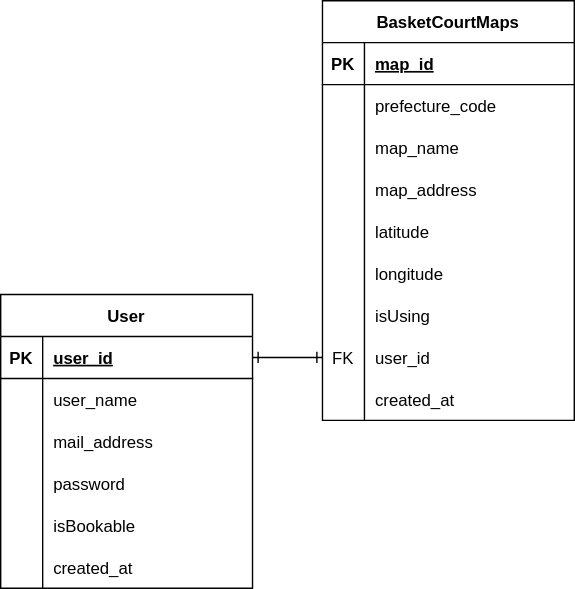
Above: src/app/_design/db.drawio.svg in yamaneko86/basket-court-map-ts (draw.io), before the change. Source tidied: cells renumbered, new cells last; positions are measured from the earlier drawing's top-left corner, leaving out a move shared by most shapes.
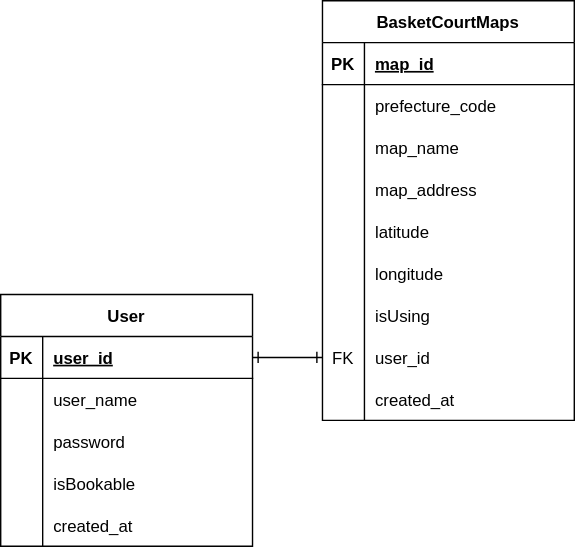
After the change.

Commit message:
mail_addressの削除

What changed in the source:
```diff
@@ -87,7 +87,7 @@
       <mxGeometry x="30" width="150" height="30" as="geometry" />
     </mxCell>
     <mxCell id="30" value="User" style="shape=table;startSize=30;rowLines=0;fontStyle=1;align=center;" parent="1" vertex="1">
-      <mxGeometry y="210" width="180" height="210" as="geometry" />
+      <mxGeometry y="210" width="180" height="180" as="geometry" />
     </mxCell>
     <mxCell id="31" style="shape=tableRow;horizontal=0;startSize=0;swimlaneHead=0;swimlaneBody=0;fillColor=none;points=[[0,0.5],[1,0.5]];portConstraint=eastwest;top=0;left=0;right=0;bottom=1;" parent="30" vertex="1">
       <mxGeometry y="30" width="180" height="30" as="geometry" />
@@ -107,17 +107,8 @@
     <mxCell id="36" value="user_name" style="shape=partialRectangle;fillColor=none;top=0;left=0;bottom=0;right=0;align=left;spacingLeft=6;overflow=hidden;" parent="34" vertex="1">
       <mxGeometry x="30" width="150" height="30" as="geometry" />
     </mxCell>
-    <mxCell id="37" style="shape=tableRow;horizontal=0;startSize=0;swimlaneHead=0;swimlaneBody=0;fillColor=none;top=0;left=0;right=0;bottom=0;" parent="30" vertex="1">
-      <mxGeometry y="90" width="180" height="30" as="geometry" />
-    </mxCell>
-    <mxCell id="38" style="shape=partialRectangle;fillColor=none;top=0;left=0;bottom=0;right=0;overflow=hidden;" parent="37" vertex="1">
-      <mxGeometry width="30" height="30" as="geometry" />
-    </mxCell>
-    <mxCell id="39" value="mail_address" style="shape=partialRectangle;fillColor=none;top=0;left=0;bottom=0;right=0;align=left;spacingLeft=6;overflow=hidden;" parent="37" vertex="1">
-      <mxGeometry x="30" width="150" height="30" as="geometry" />
-    </mxCell>
     <mxCell id="40" style="shape=tableRow;horizontal=0;startSize=0;swimlaneHead=0;swimlaneBody=0;fillColor=none;top=0;left=0;right=0;bottom=0;" parent="30" vertex="1">
-      <mxGeometry y="120" width="180" height="30" as="geometry" />
+      <mxGeometry y="90" width="180" height="30" as="geometry" />
     </mxCell>
     <mxCell id="41" style="shape=partialRectangle;fillColor=none;top=0;left=0;bottom=0;right=0;overflow=hidden;" parent="40" vertex="1">
       <mxGeometry width="30" height="30" as="geometry" />
@@ -126,7 +117,7 @@
       <mxGeometry x="30" width="150" height="30" as="geometry" />
     </mxCell>
     <mxCell id="43" style="shape=tableRow;horizontal=0;startSize=0;swimlaneHead=0;swimlaneBody=0;fillColor=none;top=0;left=0;right=0;bottom=0;" parent="30" vertex="1">
-      <mxGeometry y="150" width="180" height="30" as="geometry" />
+      <mxGeometry y="120" width="180" height="30" as="geometry" />
     </mxCell>
     <mxCell id="44" style="shape=partialRectangle;fillColor=none;top=0;left=0;bottom=0;right=0;overflow=hidden;" parent="43" vertex="1">
       <mxGeometry width="30" height="30" as="geometry" />
@@ -135,7 +126,7 @@
       <mxGeometry x="30" width="150" height="30" as="geometry" />
     </mxCell>
     <mxCell id="46" style="shape=tableRow;horizontal=0;startSize=0;swimlaneHead=0;swimlaneBody=0;fillColor=none;top=0;left=0;right=0;bottom=0;" parent="30" vertex="1">
-      <mxGeometry y="180" width="180" height="30" as="geometry" />
+      <mxGeometry y="150" width="180" height="30" as="geometry" />
     </mxCell>
     <mxCell id="47" style="shape=partialRectangle;fillColor=none;top=0;left=0;bottom=0;right=0;overflow=hidden;" parent="46" vertex="1">
       <mxGeometry width="30" height="30" as="geometry" />
```
